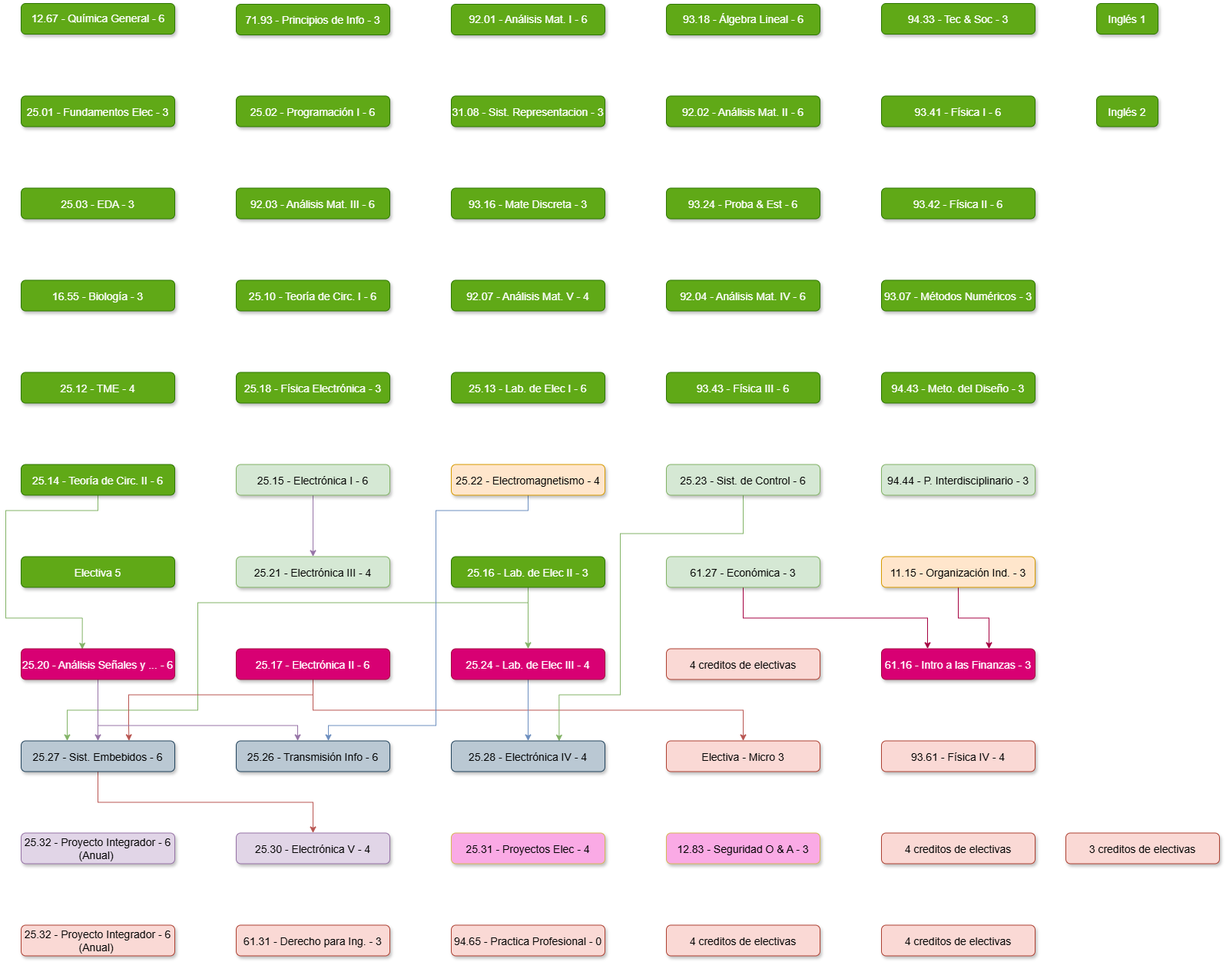
This is K22.drawio.png from juanipla/K22, a draw.io export, as it was before one commit. Source tidied: cells renumbered, new cells last; positions are measured from the earlier drawing's top-left corner, leaving out a move shared by most shapes.
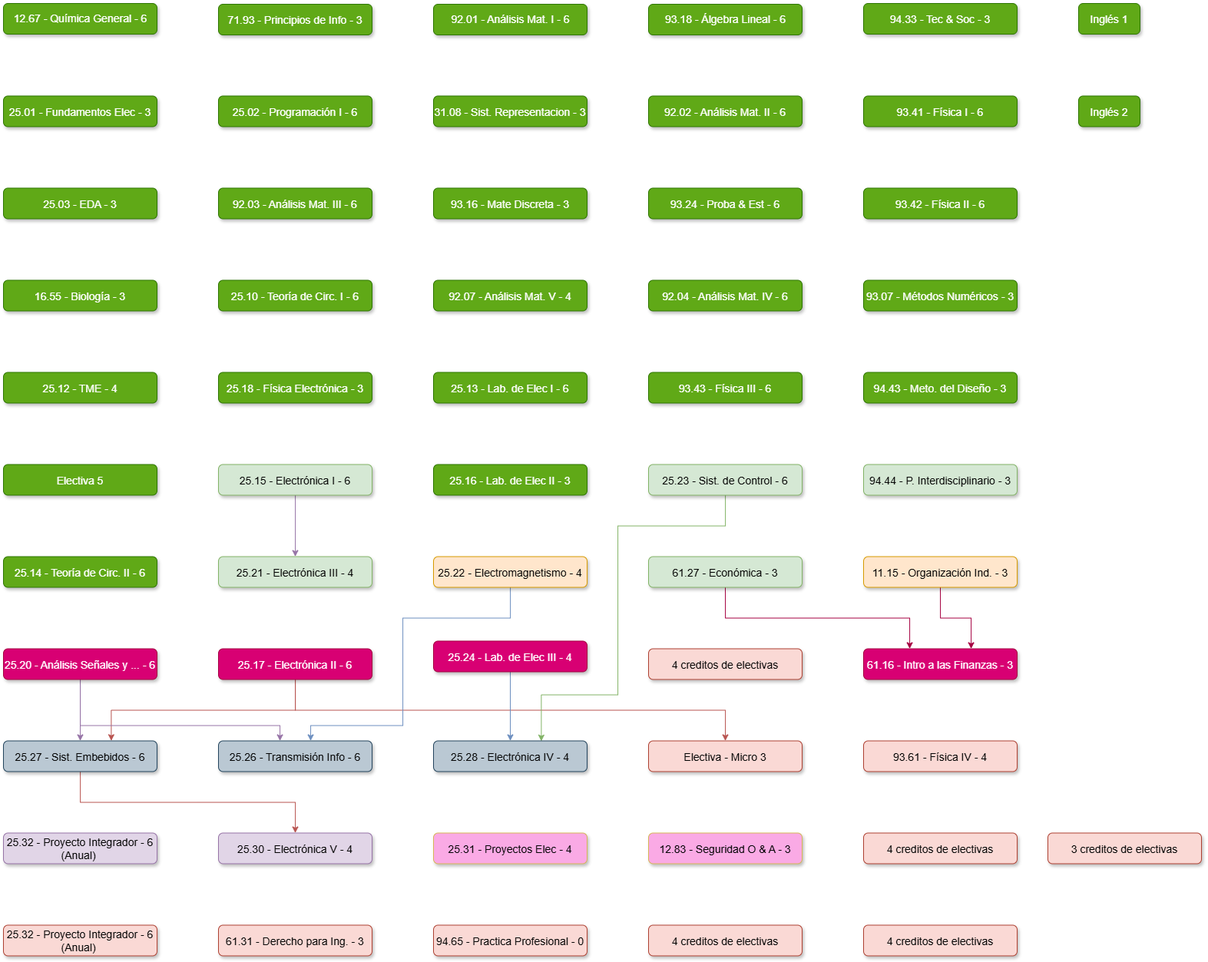
The same diagram one commit later.

What changed in the source:
```diff
@@ -38,18 +38,8 @@
     <mxCell id="13" value="94.43 - Meto. del Diseño - 3" style="rounded=1;fillColor=#60a917;strokeColor=#2D7600;shadow=1;fontStyle=0;fontSize=14;labelBorderColor=none;labelBackgroundColor=none;verticalAlign=middle;fontColor=#ffffff;" parent="1" vertex="1">
       <mxGeometry x="1140" y="480" width="200" height="40" as="geometry" />
     </mxCell>
-    <mxCell id="14" style="edgeStyle=orthogonalEdgeStyle;rounded=0;jumpStyle=none;jettySize=auto;html=1;fillColor=#d5e8d4;strokeColor=#82b366;entryX=0.398;entryY=0.017;entryDx=0;entryDy=0;entryPerimeter=0;" parent="1" edge="1" source="15" target="30">
-      <mxGeometry relative="1" as="geometry">
-        <Array as="points">
-          <mxPoint x="120" y="660" />
-          <mxPoint y="660" />
-          <mxPoint y="800" />
-          <mxPoint x="100" y="800" />
-        </Array>
-      </mxGeometry>
-    </mxCell>
     <mxCell id="15" value="25.14 - Teoría de Circ. II - 6" style="rounded=1;fillColor=#60a917;strokeColor=#2D7600;shadow=1;fontStyle=0;fontSize=14;labelBorderColor=none;labelBackgroundColor=none;fontColor=#ffffff;" parent="1" vertex="1">
-      <mxGeometry x="20" y="600" width="200" height="40" as="geometry" />
+      <mxGeometry x="20" y="720" width="200" height="40" as="geometry" />
     </mxCell>
     <mxCell id="16" style="edgeStyle=orthogonalEdgeStyle;rounded=0;jumpStyle=none;jettySize=auto;html=1;entryX=0.5;entryY=0;entryDx=0;entryDy=0;fillColor=#e1d5e7;strokeColor=#9673a6;" parent="1" edge="1" source="17" target="31">
       <mxGeometry relative="1" as="geometry">
@@ -62,33 +52,14 @@
     <mxCell id="17" value="25.15 - Electrónica I - 6" style="rounded=1;fillColor=#d5e8d4;strokeColor=#82b366;shadow=1;fontStyle=0;fontSize=14;labelBorderColor=none;labelBackgroundColor=none;" parent="1" vertex="1">
       <mxGeometry x="300" y="600" width="200" height="40" as="geometry" />
     </mxCell>
-    <mxCell id="18" style="edgeStyle=orthogonalEdgeStyle;rounded=0;jumpStyle=none;jettySize=auto;html=1;fillColor=#d5e8d4;strokeColor=#82b366;" parent="1" edge="1" source="20" target="37">
-      <mxGeometry relative="1" as="geometry">
-        <Array as="points">
-          <mxPoint x="680" y="780" />
-          <mxPoint x="680" y="780" />
-        </Array>
-      </mxGeometry>
-    </mxCell>
-    <mxCell id="19" style="edgeStyle=orthogonalEdgeStyle;rounded=0;jumpStyle=none;jettySize=auto;html=1;fillColor=#d5e8d4;strokeColor=#82b366;" parent="1" edge="1" source="20" target="39">
-      <mxGeometry relative="1" as="geometry">
-        <Array as="points">
-          <mxPoint x="680" y="780" />
-          <mxPoint x="250" y="780" />
-          <mxPoint x="250" y="920" />
-          <mxPoint x="80" y="920" />
-        </Array>
-      </mxGeometry>
-    </mxCell>
     <mxCell id="20" value="25.16 - Lab. de Elec II - 3" style="rounded=1;fillColor=#60a917;strokeColor=#2D7600;shadow=1;fontStyle=0;fontSize=14;labelBorderColor=none;labelBackgroundColor=none;verticalAlign=middle;fontColor=#ffffff;" parent="1" vertex="1">
-      <mxGeometry x="580" y="720" width="200" height="40" as="geometry" />
+      <mxGeometry x="580" y="600" width="200" height="40" as="geometry" />
     </mxCell>
     <mxCell id="21" style="edgeStyle=orthogonalEdgeStyle;rounded=0;jumpStyle=none;jettySize=auto;html=1;entryX=0.702;entryY=-0.003;entryDx=0;entryDy=0;entryPerimeter=0;fillColor=#f8cecc;strokeColor=#b85450;" parent="1" edge="1" source="23" target="39">
       <mxGeometry relative="1" as="geometry">
         <Array as="points">
-          <mxPoint x="400" y="900" />
-          <mxPoint x="160" y="900" />
-          <mxPoint x="160" y="940" />
+          <mxPoint x="400" y="920" />
+          <mxPoint x="160" y="920" />
         </Array>
       </mxGeometry>
     </mxCell>
@@ -136,22 +107,22 @@
       <mxGeometry relative="1" as="geometry">
         <mxPoint x="420" y="960" as="targetPoint" />
         <Array as="points">
-          <mxPoint x="680" y="660" />
-          <mxPoint x="560" y="660" />
-          <mxPoint x="560" y="940" />
+          <mxPoint x="680" y="800" />
+          <mxPoint x="540" y="800" />
+          <mxPoint x="540" y="940" />
           <mxPoint x="420" y="940" />
         </Array>
       </mxGeometry>
     </mxCell>
     <mxCell id="33" value="25.22 - Electromagnetismo - 4" style="rounded=1;fillColor=#ffe6cc;strokeColor=#d79b00;shadow=1;fontStyle=0;fontSize=14;labelBorderColor=none;labelBackgroundColor=none;verticalAlign=middle;" parent="1" vertex="1">
-      <mxGeometry x="580" y="600" width="200" height="40" as="geometry" />
+      <mxGeometry x="580" y="720" width="200" height="40" as="geometry" />
     </mxCell>
     <mxCell id="34" style="edgeStyle=orthogonalEdgeStyle;rounded=0;jumpStyle=none;jettySize=auto;html=1;fillColor=#d5e8d4;strokeColor=#82b366;entryX=0.702;entryY=0.01;entryDx=0;entryDy=0;entryPerimeter=0;" parent="1" edge="1" source="35" target="41">
       <mxGeometry relative="1" as="geometry">
         <Array as="points">
-          <mxPoint x="960" y="690" />
-          <mxPoint x="800" y="690" />
-          <mxPoint x="800" y="900" />
+          <mxPoint x="960" y="680" />
+          <mxPoint x="820" y="680" />
+          <mxPoint x="820" y="900" />
           <mxPoint x="720" y="900" />
         </Array>
       </mxGeometry>
@@ -168,7 +139,7 @@
       </mxGeometry>
     </mxCell>
     <mxCell id="37" value="25.24 - Lab. de Elec III - 4" style="rounded=1;fillColor=#d80073;strokeColor=#A50040;shadow=1;fontStyle=0;fontSize=14;labelBorderColor=none;labelBackgroundColor=none;verticalAlign=middle;fontColor=#ffffff;" parent="1" vertex="1">
-      <mxGeometry x="580" y="840" width="200" height="40" as="geometry" />
+      <mxGeometry x="580" y="830" width="200" height="40" as="geometry" />
     </mxCell>
     <mxCell id="38" style="edgeStyle=orthogonalEdgeStyle;rounded=0;jumpStyle=none;jettySize=auto;html=1;entryX=0.5;entryY=0;entryDx=0;entryDy=0;fillColor=#f8cecc;strokeColor=#b85450;" parent="1" edge="1" source="39" target="47">
       <mxGeometry relative="1" as="geometry">
@@ -271,7 +242,7 @@
       <mxGeometry x="580" y="0.5" width="200" height="40" as="geometry" />
     </mxCell>
     <mxCell id="66" value="Electiva 5" style="rounded=1;fillColor=#60a917;strokeColor=#2D7600;shadow=1;fontStyle=0;fontSize=14;labelBorderColor=none;labelBackgroundColor=none;verticalAlign=middle;fontColor=#ffffff;" parent="1" vertex="1">
-      <mxGeometry x="20" y="720" width="200" height="40" as="geometry" />
+      <mxGeometry x="20" y="600" width="200" height="40" as="geometry" />
     </mxCell>
     <mxCell id="67" value="Electiva - Micro 3" style="rounded=1;fillColor=#fad9d5;strokeColor=#ae4132;shadow=1;fontStyle=0;fontSize=14;labelBorderColor=none;labelBackgroundColor=none;verticalAlign=middle;" parent="1" vertex="1">
       <mxGeometry x="860" y="960" width="200" height="40" as="geometry" />
```
